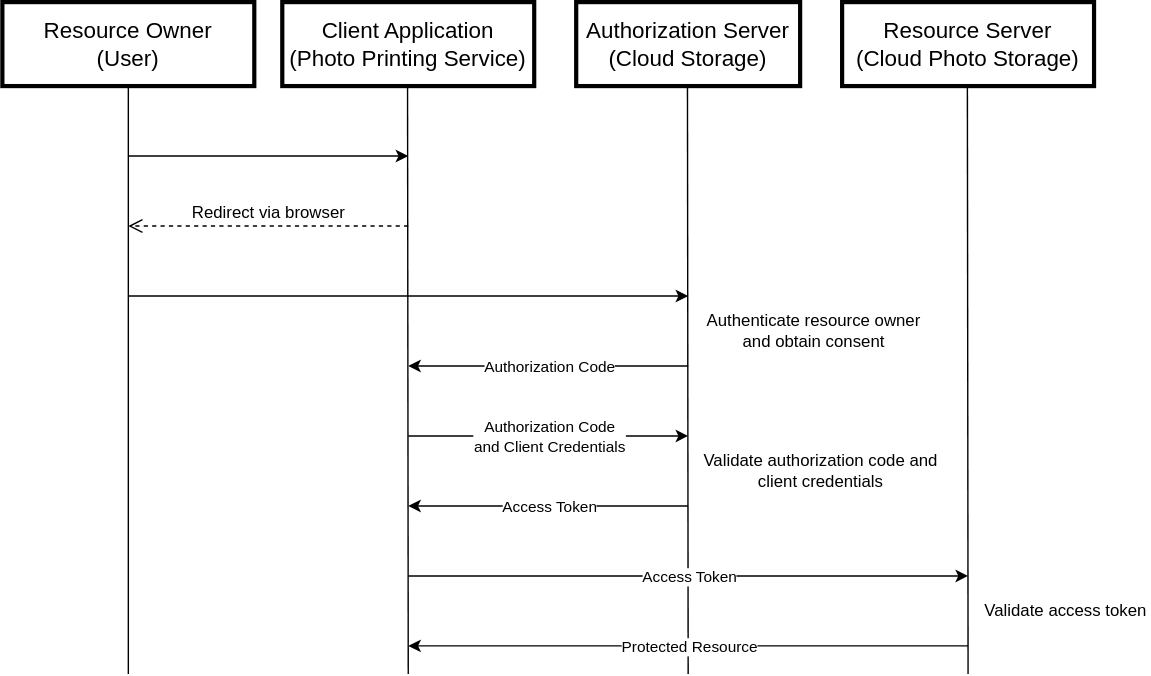
zak-zheng/OAuth-Brief-Introduction keeps this draw.io diagram as assets/diagrams/OAuth_Workflow.svg. Above is the earlier version. Source tidied: cells renumbered, new cells last; positions are measured from the earlier drawing's top-left corner, leaving out a move shared by most shapes. The source it was exported from:
```xml
<mxGraphModel>
  <root>
    <mxCell id="0" />
    <mxCell id="1" parent="0" />
    <mxCell id="2" value="Resource Owner&lt;div&gt;(User)&lt;/div&gt;" style="rounded=0;whiteSpace=wrap;html=1;strokeWidth=3;fontSize=16;" parent="1" vertex="1">
      <mxGeometry width="180" height="60" as="geometry" />
    </mxCell>
    <mxCell id="3" value="Client Application&lt;div&gt;(Photo Printing Service)&lt;/div&gt;" style="rounded=0;whiteSpace=wrap;html=1;strokeWidth=3;fontSize=16;" parent="1" vertex="1">
      <mxGeometry x="200" width="180" height="60" as="geometry" />
    </mxCell>
    <mxCell id="4" value="Authorization Server (Cloud Storage)" style="rounded=0;whiteSpace=wrap;html=1;strokeWidth=3;fontSize=16;" parent="1" vertex="1">
      <mxGeometry x="410" width="160" height="60" as="geometry" />
    </mxCell>
    <mxCell id="5" value="Resource Server&lt;div&gt;(Cloud Photo Storage)&lt;/div&gt;" style="rounded=0;whiteSpace=wrap;html=1;strokeWidth=3;fontSize=16;" parent="1" vertex="1">
      <mxGeometry x="600" width="180" height="60" as="geometry" />
    </mxCell>
    <mxCell id="6" style="endArrow=none;html=1;rounded=0;entryX=0.5;entryY=1;entryDx=0;entryDy=0;" parent="1" edge="1" target="2">
      <mxGeometry relative="1" as="geometry">
        <mxPoint x="90" y="480" as="sourcePoint" />
      </mxGeometry>
    </mxCell>
    <mxCell id="7" style="endArrow=none;html=1;rounded=0;entryX=0.5;entryY=1;entryDx=0;entryDy=0;" parent="1" edge="1">
      <mxGeometry relative="1" as="geometry">
        <mxPoint x="290" y="480" as="sourcePoint" />
        <mxPoint x="289.5" y="60" as="targetPoint" />
      </mxGeometry>
    </mxCell>
    <mxCell id="8" style="endArrow=none;html=1;rounded=0;entryX=0.5;entryY=1;entryDx=0;entryDy=0;" parent="1" edge="1">
      <mxGeometry relative="1" as="geometry">
        <mxPoint x="490" y="480" as="sourcePoint" />
        <mxPoint x="489.5" y="60" as="targetPoint" />
      </mxGeometry>
    </mxCell>
    <mxCell id="9" style="endArrow=none;html=1;rounded=0;entryX=0.5;entryY=1;entryDx=0;entryDy=0;" parent="1" edge="1">
      <mxGeometry relative="1" as="geometry">
        <mxPoint x="690" y="480" as="sourcePoint" />
        <mxPoint x="689.5" y="60" as="targetPoint" />
      </mxGeometry>
    </mxCell>
    <mxCell id="10" value="Redirect via browser" style="html=1;verticalAlign=bottom;endArrow=open;dashed=1;endSize=8;curved=0;rounded=0;fontSize=12;" parent="1" edge="1">
      <mxGeometry relative="1" as="geometry">
        <mxPoint x="290" y="160" as="sourcePoint" />
        <mxPoint x="90" y="160" as="targetPoint" />
      </mxGeometry>
    </mxCell>
    <mxCell id="11" style="endArrow=classic;html=1;rounded=0;" parent="1" edge="1">
      <mxGeometry relative="1" as="geometry">
        <mxPoint x="90" y="110" as="sourcePoint" />
        <mxPoint x="290" y="110" as="targetPoint" />
      </mxGeometry>
    </mxCell>
    <mxCell id="12" style="endArrow=classic;html=1;rounded=0;" parent="1" edge="1">
      <mxGeometry relative="1" as="geometry">
        <mxPoint x="90" y="210" as="sourcePoint" />
        <mxPoint x="490" y="210" as="targetPoint" />
      </mxGeometry>
    </mxCell>
    <mxCell id="13" value="Authenticate resource owner and obtain consent" style="text;html=1;whiteSpace=wrap;strokeColor=none;fillColor=none;align=center;verticalAlign=middle;rounded=0;" parent="1" vertex="1">
      <mxGeometry x="500" y="220" width="160" height="30" as="geometry" />
    </mxCell>
    <mxCell id="14" style="endArrow=classic;html=1;rounded=0;" parent="1" edge="1">
      <mxGeometry relative="1" as="geometry">
        <mxPoint x="290" y="310" as="sourcePoint" />
        <mxPoint x="490" y="310" as="targetPoint" />
      </mxGeometry>
    </mxCell>
    <mxCell id="15" value="Authorization Code&lt;div&gt;and Client Credentials&lt;/div&gt;" style="edgeLabel;html=1;align=center;verticalAlign=middle;" parent="14" vertex="1">
      <mxGeometry relative="1" as="geometry" />
    </mxCell>
    <mxCell id="16" style="endArrow=classic;html=1;rounded=0;" parent="1" edge="1">
      <mxGeometry relative="1" as="geometry">
        <mxPoint x="490" y="260" as="sourcePoint" />
        <mxPoint x="290" y="260" as="targetPoint" />
      </mxGeometry>
    </mxCell>
    <mxCell id="17" value="Authorization Code" style="edgeLabel;html=1;align=center;verticalAlign=middle;" parent="16" vertex="1">
      <mxGeometry relative="1" as="geometry" />
    </mxCell>
    <mxCell id="18" style="endArrow=classic;html=1;rounded=0;" parent="1" edge="1">
      <mxGeometry relative="1" as="geometry">
        <mxPoint x="490" y="360" as="sourcePoint" />
        <mxPoint x="290" y="360" as="targetPoint" />
      </mxGeometry>
    </mxCell>
    <mxCell id="19" value="Access Token" style="edgeLabel;html=1;align=center;verticalAlign=middle;" parent="18" vertex="1">
      <mxGeometry relative="1" as="geometry" />
    </mxCell>
    <mxCell id="20" value="Validate authorization code and client credentials" style="text;html=1;whiteSpace=wrap;strokeColor=none;fillColor=none;align=center;verticalAlign=middle;rounded=0;" parent="1" vertex="1">
      <mxGeometry x="500" y="320" width="170" height="30" as="geometry" />
    </mxCell>
    <mxCell id="21" style="endArrow=classic;html=1;rounded=0;" parent="1" edge="1">
      <mxGeometry relative="1" as="geometry">
        <mxPoint x="290" y="410" as="sourcePoint" />
        <mxPoint x="690" y="410" as="targetPoint" />
      </mxGeometry>
    </mxCell>
    <mxCell id="22" value="Access Token" style="edgeLabel;html=1;align=center;verticalAlign=middle;" parent="21" vertex="1">
      <mxGeometry relative="1" as="geometry" />
    </mxCell>
    <mxCell id="23" style="endArrow=classic;html=1;rounded=0;" parent="1" edge="1">
      <mxGeometry relative="1" as="geometry">
        <mxPoint x="690" y="460" as="sourcePoint" />
        <mxPoint x="290" y="460" as="targetPoint" />
      </mxGeometry>
    </mxCell>
    <mxCell id="24" value="Protected Resource" style="edgeLabel;html=1;align=center;verticalAlign=middle;" parent="23" vertex="1">
      <mxGeometry relative="1" as="geometry" />
    </mxCell>
    <mxCell id="25" value="Validate access token" style="text;html=1;whiteSpace=wrap;strokeColor=none;fillColor=none;align=center;verticalAlign=middle;rounded=0;" parent="1" vertex="1">
      <mxGeometry x="700" y="420" width="120" height="30" as="geometry" />
    </mxCell>
  </root>
</mxGraphModel>
```
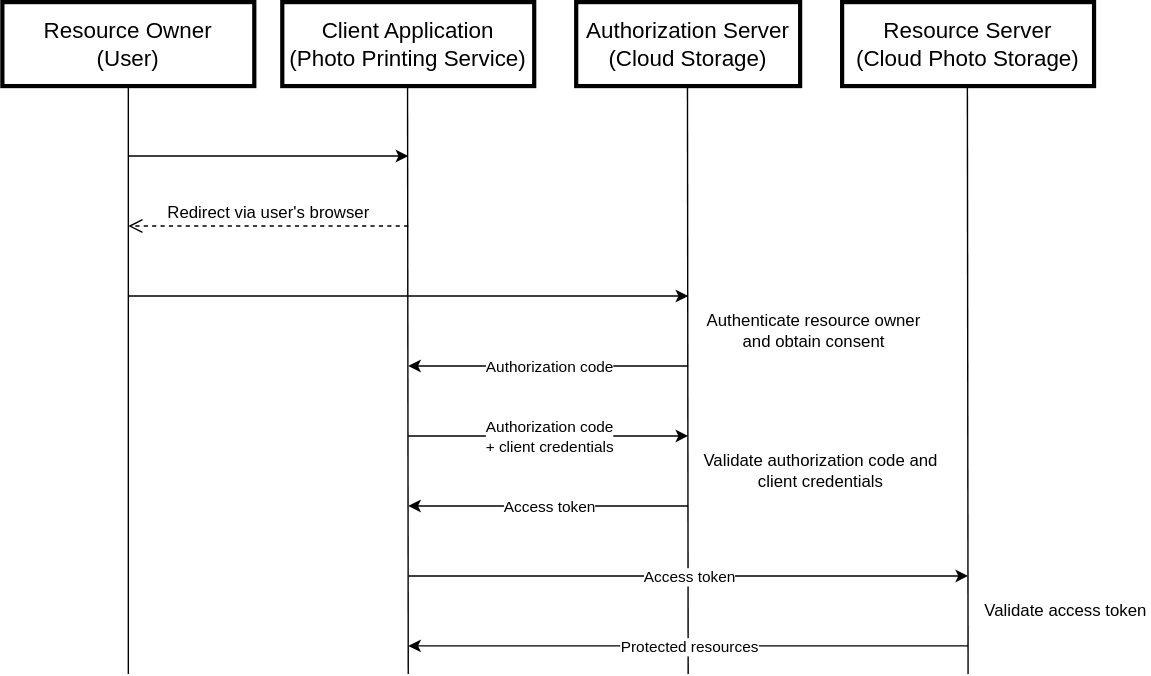
Above is the later version.

Commit message:
Update some terms to keep consistency with the following section

The edit, as a diff of the source:
```diff
@@ -37,7 +37,7 @@
         <mxPoint x="689.5" y="60" as="targetPoint" />
       </mxGeometry>
     </mxCell>
-    <mxCell id="10" value="Redirect via browser" style="html=1;verticalAlign=bottom;endArrow=open;dashed=1;endSize=8;curved=0;rounded=0;fontSize=12;" parent="1" edge="1">
+    <mxCell id="10" value="Redirect via user's browser" style="html=1;verticalAlign=bottom;endArrow=open;dashed=1;endSize=8;curved=0;rounded=0;fontSize=12;" parent="1" edge="1">
       <mxGeometry relative="1" as="geometry">
         <mxPoint x="290" y="160" as="sourcePoint" />
         <mxPoint x="90" y="160" as="targetPoint" />
@@ -64,7 +64,7 @@
         <mxPoint x="490" y="310" as="targetPoint" />
       </mxGeometry>
     </mxCell>
-    <mxCell id="15" value="Authorization Code&lt;div&gt;and Client Credentials&lt;/div&gt;" style="edgeLabel;html=1;align=center;verticalAlign=middle;" parent="14" vertex="1">
+    <mxCell id="15" value="Authorization code&lt;div&gt; + client credentials&lt;/div&gt;" style="edgeLabel;html=1;align=center;verticalAlign=middle;" parent="14" vertex="1">
       <mxGeometry relative="1" as="geometry" />
     </mxCell>
     <mxCell id="16" style="endArrow=classic;html=1;rounded=0;" parent="1" edge="1">
@@ -73,7 +73,7 @@
         <mxPoint x="290" y="260" as="targetPoint" />
       </mxGeometry>
     </mxCell>
-    <mxCell id="17" value="Authorization Code" style="edgeLabel;html=1;align=center;verticalAlign=middle;" parent="16" vertex="1">
+    <mxCell id="17" value="Authorization code" style="edgeLabel;html=1;align=center;verticalAlign=middle;" parent="16" vertex="1">
       <mxGeometry relative="1" as="geometry" />
     </mxCell>
     <mxCell id="18" style="endArrow=classic;html=1;rounded=0;" parent="1" edge="1">
@@ -82,7 +82,7 @@
         <mxPoint x="290" y="360" as="targetPoint" />
       </mxGeometry>
     </mxCell>
-    <mxCell id="19" value="Access Token" style="edgeLabel;html=1;align=center;verticalAlign=middle;" parent="18" vertex="1">
+    <mxCell id="19" value="Access token" style="edgeLabel;html=1;align=center;verticalAlign=middle;" parent="18" vertex="1">
       <mxGeometry relative="1" as="geometry" />
     </mxCell>
     <mxCell id="20" value="Validate authorization code and client credentials" style="text;html=1;whiteSpace=wrap;strokeColor=none;fillColor=none;align=center;verticalAlign=middle;rounded=0;" parent="1" vertex="1">
@@ -94,7 +94,7 @@
         <mxPoint x="690" y="410" as="targetPoint" />
       </mxGeometry>
     </mxCell>
-    <mxCell id="22" value="Access Token" style="edgeLabel;html=1;align=center;verticalAlign=middle;" parent="21" vertex="1">
+    <mxCell id="22" value="Access token" style="edgeLabel;html=1;align=center;verticalAlign=middle;" parent="21" vertex="1">
       <mxGeometry relative="1" as="geometry" />
     </mxCell>
     <mxCell id="23" style="endArrow=classic;html=1;rounded=0;" parent="1" edge="1">
@@ -103,7 +103,7 @@
         <mxPoint x="290" y="460" as="targetPoint" />
       </mxGeometry>
     </mxCell>
-    <mxCell id="24" value="Protected Resource" style="edgeLabel;html=1;align=center;verticalAlign=middle;" parent="23" vertex="1">
+    <mxCell id="24" value="Protected resources" style="edgeLabel;html=1;align=center;verticalAlign=middle;" parent="23" vertex="1">
       <mxGeometry relative="1" as="geometry" />
     </mxCell>
     <mxCell id="25" value="Validate access token" style="text;html=1;whiteSpace=wrap;strokeColor=none;fillColor=none;align=center;verticalAlign=middle;rounded=0;" parent="1" vertex="1">
```
